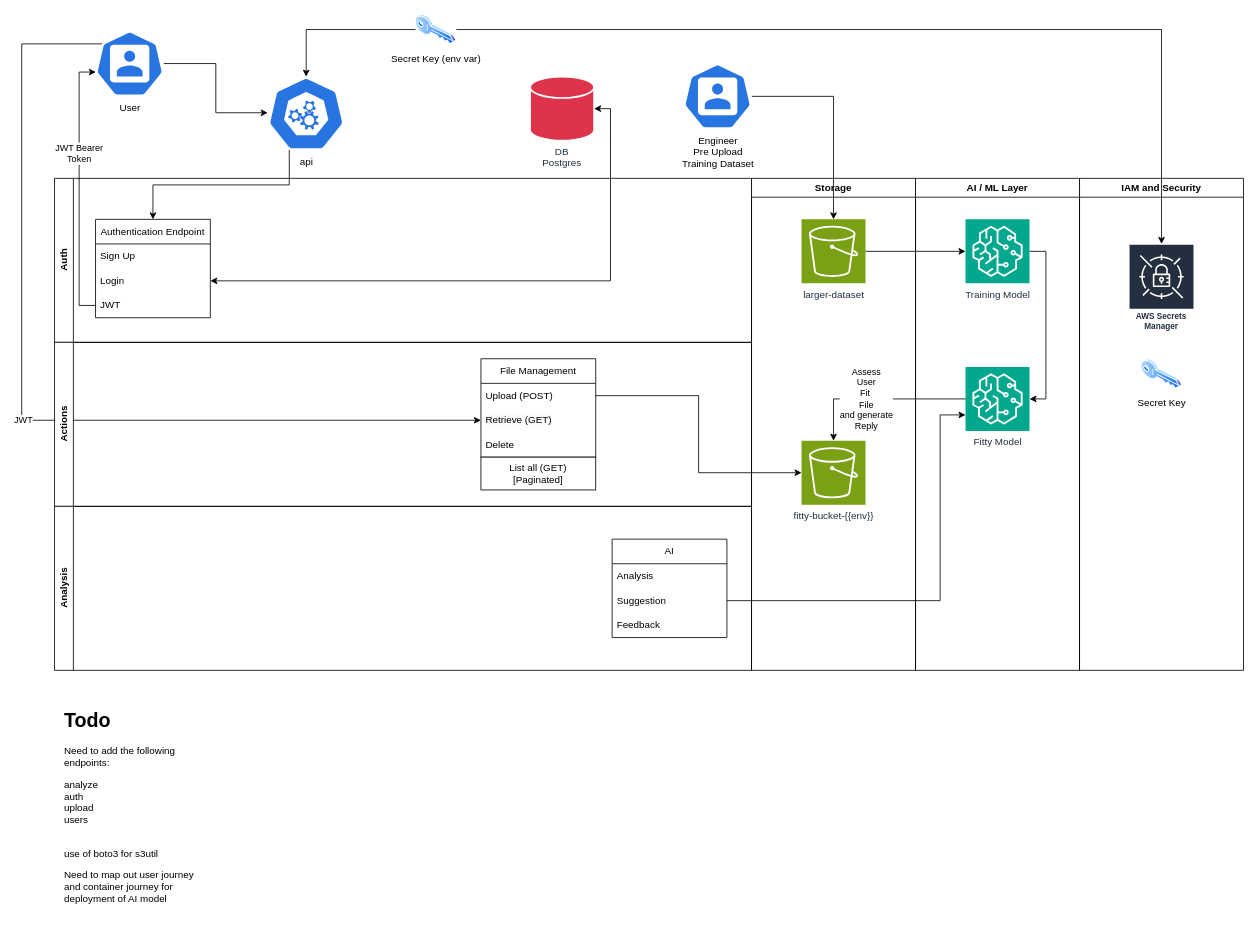
The draw.io diagram fitty_api.drawio in jstoveld/fitty, before the edit. Source tidied: cells renumbered, new cells numbered last; positions are measured from the earlier drawing's top-left corner, leaving out a move shared by most shapes. Both pictures are drawn from the tidied source at 82%, with x=0, y=0 at pixel (21, 14).
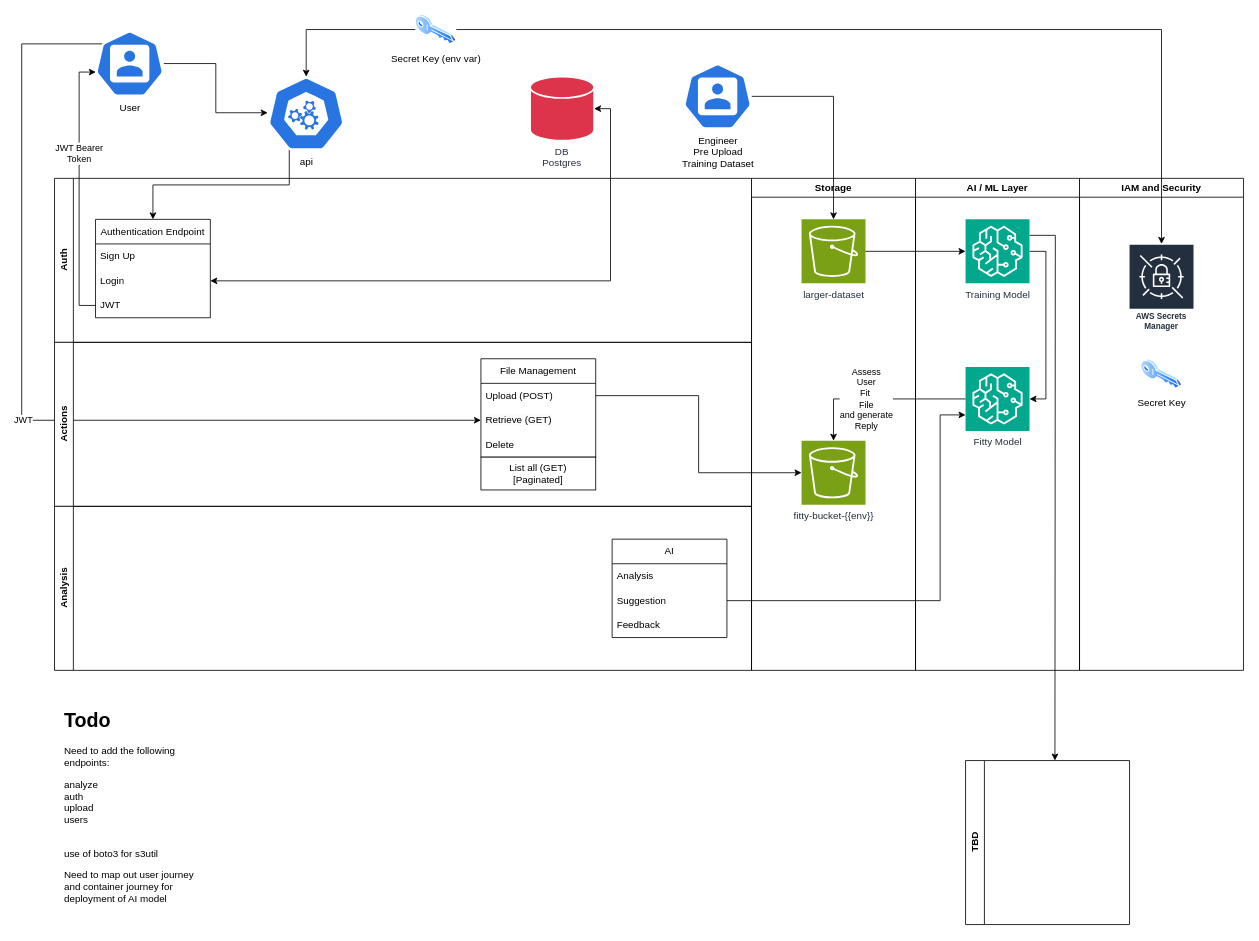
After the change.

Commit message:
Need to define what the training of the model will liook like visually on diagram.

The change refers to these unchanged cells:
```xml
<mxCell id="30" value="AI / ML Layer" style="swimlane;whiteSpace=wrap;html=1;" parent="1" vertex="1">
  <mxGeometry x="1090" y="200" width="200" height="600" as="geometry" />
</mxCell>
<mxCell id="32" value="Training Model" style="sketch=0;points=[[0,0,0],[0.25,0,0],[0.5,0,0],[0.75,0,0],[1,0,0],[0,1,0],[0.25,1,0],[0.5,1,0],[0.75,1,0],[1,1,0],[0,0.25,0],[0,0.5,0],[0,0.75,0],[1,0.25,0],[1,0.5,0],[1,0.75,0]];outlineConnect=0;fontColor=#232F3E;fillColor=#01A88D;strokeColor=#ffffff;dashed=0;verticalLabelPosition=bottom;verticalAlign=top;align=center;html=1;fontSize=12;fontStyle=0;shape=mxgraph.aws4.resourceIcon;resIcon=mxgraph.aws4.sagemaker;" parent="30" vertex="1">
  <mxGeometry x="61" y="50" width="78" height="78" as="geometry" />
</mxCell>
```

The edit, as a diff of the source:
```diff
@@
+    <mxCell id="46" style="edgeStyle=orthogonalEdgeStyle;rounded=0;jettySize=auto;html=1;exitX=1;exitY=0.25;exitDx=0;exitDy=0;exitPerimeter=0;" parent="30" edge="1" source="32">
+      <mxGeometry relative="1" as="geometry">
+        <mxPoint x="170" y="710" as="targetPoint" />
+      </mxGeometry>
+    </mxCell>
@@
+    <mxCell id="47" value="TBD" style="swimlane;horizontal=0;whiteSpace=wrap;html=1;" parent="1" vertex="1">
+      <mxGeometry x="1151" y="910" width="200" height="200" as="geometry" />
+    </mxCell>
```
